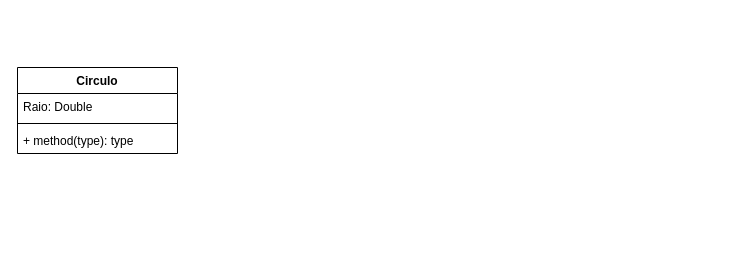
Above: Diagrama sem nome.drawio in ArthurV10/Atividade-Extra-POO (draw.io), before the change. Source tidied: cells renumbered, new cells numbered last; positions are measured from the earlier drawing's top-left corner, leaving out a move shared by most shapes. Both pictures are drawn from the tidied source at 100%, with x=0, y=0 at pixel (17, 67).
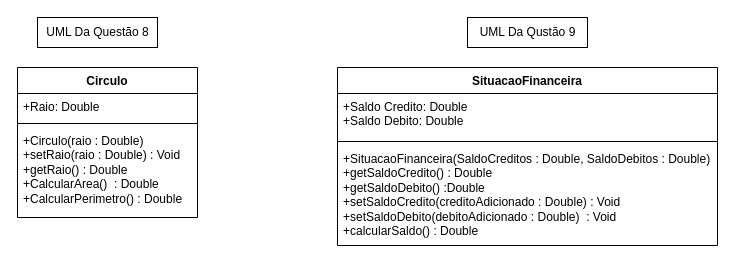
The same page after the edit.

The edit, as a diff of the source:
```diff
@@
 <mxGraphModel>
   <root>
     <mxCell id="0" />
     <mxCell id="1" parent="0" />
     <mxCell id="2" value="Circulo" style="swimlane;fontStyle=1;align=center;verticalAlign=top;horizontal=1;startSize=26;whiteSpace=wrap;html=1;" parent="1" vertex="1">
-      <mxGeometry width="160" height="86" as="geometry" />
+      <mxGeometry width="180" height="150" as="geometry" />
     </mxCell>
-    <mxCell id="3" value="Raio: Double" style="text;strokeColor=none;fillColor=none;align=left;verticalAlign=top;spacingLeft=4;spacingRight=4;overflow=hidden;whiteSpace=wrap;html=1;" parent="2" vertex="1">
-      <mxGeometry y="26" width="160" height="26" as="geometry" />
+    <mxCell id="3" value="+Raio: Double" style="text;strokeColor=none;fillColor=none;align=left;verticalAlign=top;spacingLeft=4;spacingRight=4;overflow=hidden;whiteSpace=wrap;html=1;" parent="2" vertex="1">
+      <mxGeometry y="26" width="180" height="26" as="geometry" />
     </mxCell>
     <mxCell id="4" style="line;strokeWidth=1;fillColor=none;align=left;verticalAlign=middle;spacingTop=-1;spacingLeft=3;spacingRight=3;labelPosition=right;strokeColor=inherit;" parent="2" vertex="1">
-      <mxGeometry y="52" width="160" height="8" as="geometry" />
+      <mxGeometry y="52" width="180" height="8" as="geometry" />
     </mxCell>
-    <mxCell id="5" value="+ method(type): type" style="text;strokeColor=none;fillColor=none;align=left;verticalAlign=top;spacingLeft=4;spacingRight=4;overflow=hidden;whiteSpace=wrap;html=1;" parent="2" vertex="1">
-      <mxGeometry y="60" width="160" height="26" as="geometry" />
+    <mxCell id="5" value="+Circulo(raio : Double)&lt;div&gt;+setRaio(raio : Double) : Void&lt;/div&gt;&lt;div&gt;+getRaio() : Double&lt;br&gt;&lt;div&gt;+CalcularArea()&amp;nbsp; : Double&lt;/div&gt;&lt;div&gt;+CalcularPerimetro() : Double&lt;/div&gt;&lt;/div&gt;" style="text;strokeColor=none;fillColor=none;align=left;verticalAlign=top;spacingLeft=4;spacingRight=4;overflow=hidden;whiteSpace=wrap;html=1;" parent="2" vertex="1">
+      <mxGeometry y="60" width="180" height="90" as="geometry" />
     </mxCell>
+    <mxCell id="6" value="UML Da Q&lt;span style=&quot;background-color: initial;&quot;&gt;uestão 8&lt;/span&gt;" style="text;html=1;align=center;verticalAlign=middle;strokeColor=none;fillColor=none;" parent="1" vertex="1">
+      <mxGeometry x="15" y="-50" width="130" height="30" as="geometry" />
+    </mxCell>
+    <mxCell id="7" value="SituacaoFinanceira" style="swimlane;fontStyle=1;align=center;verticalAlign=top;horizontal=1;startSize=26;whiteSpace=wrap;html=1;" parent="1" vertex="1">
+      <mxGeometry x="320" width="380" height="178" as="geometry" />
+    </mxCell>
+    <mxCell id="8" value="+Saldo Credito: Double&lt;div&gt;+Saldo Debito: Double&lt;span style=&quot;background-color: initial;&quot;&gt;&amp;nbsp;&lt;/span&gt;&lt;/div&gt;" style="text;strokeColor=none;fillColor=none;align=left;verticalAlign=top;spacingLeft=4;spacingRight=4;overflow=hidden;whiteSpace=wrap;html=1;" parent="7" vertex="1">
+      <mxGeometry y="26" width="380" height="44" as="geometry" />
+    </mxCell>
+    <mxCell id="9" style="line;strokeWidth=1;fillColor=none;align=left;verticalAlign=middle;spacingTop=-1;spacingLeft=3;spacingRight=3;labelPosition=right;strokeColor=inherit;" parent="7" vertex="1">
+      <mxGeometry y="70" width="380" height="8" as="geometry" />
+    </mxCell>
+    <mxCell id="10" value="+SituacaoFinanceira(SaldoCreditos : Double, SaldoDebitos : Double)&lt;div&gt;+getSaldoCredito() : Double&lt;/div&gt;&lt;div&gt;+getSaldoDebito() :Double&lt;/div&gt;&lt;div&gt;+setSaldoCredito(creditoAdicionado : Double) : Void&amp;nbsp;&lt;/div&gt;&lt;div&gt;+setSaldoDebito(debitoAdicionado : Double)&amp;nbsp; : Void&lt;/div&gt;&lt;div&gt;+calcularSaldo() : Double&lt;/div&gt;" style="text;strokeColor=none;fillColor=none;align=left;verticalAlign=top;spacingLeft=4;spacingRight=4;overflow=hidden;whiteSpace=wrap;html=1;" parent="7" vertex="1">
+      <mxGeometry y="78" width="380" height="100" as="geometry" />
+    </mxCell>
+    <mxCell id="11" value="UML Da Qustão 9" style="text;html=1;align=center;verticalAlign=middle;strokeColor=none;fillColor=none;" parent="1" vertex="1">
+      <mxGeometry x="450" y="-50" width="120" height="30" as="geometry" />
+    </mxCell>
+    <mxCell id="12" style="rounded=0;whiteSpace=wrap;html=1;strokeColor=default;fillColor=none;" parent="1" vertex="1">
+      <mxGeometry x="20" y="-50" width="120" height="30" as="geometry" />
+    </mxCell>
+    <mxCell id="13" style="rounded=0;whiteSpace=wrap;html=1;fillColor=none;" parent="1" vertex="1">
+      <mxGeometry x="450" y="-50" width="120" height="30" as="geometry" />
+    </mxCell>
   </root>
 </mxGraphModel>
```
